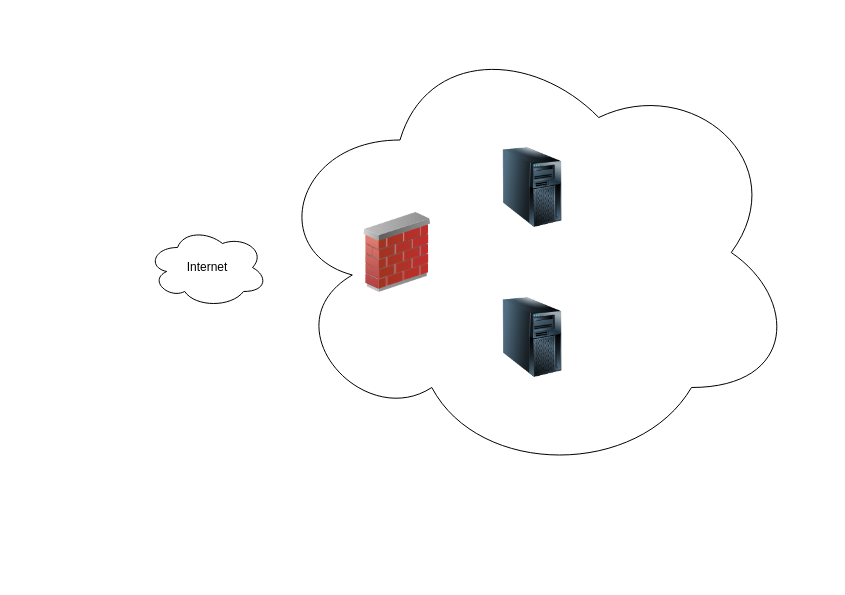
This is docs/diagrama_infraestructuras.drawio from juanpablozs/TFG, a draw.io file, before an edit. Source tidied: cells renumbered, new cells numbered last; positions are measured from the earlier drawing's top-left corner, leaving out a move shared by most shapes. Both pictures are drawn from the tidied source at 100%, with x=0, y=0 at pixel (147, 27). Pictures stored in the file or linked from it are replaced by grey dashed boxes.
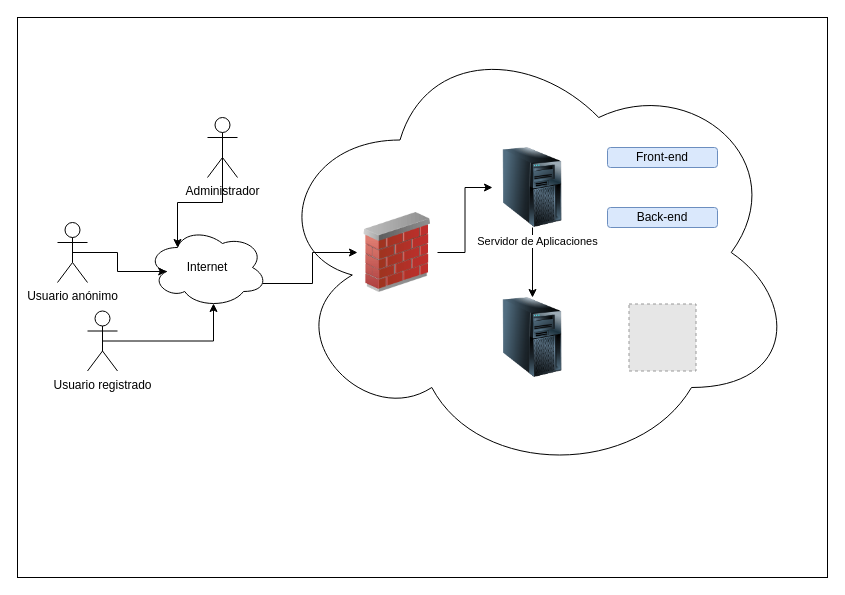
The same page after the edit.

Commit message:
Diagrama añadiddo

The change refers to these unchanged cells:
```xml
<mxCell id="2" value="Internet" style="ellipse;shape=cloud;whiteSpace=wrap;html=1;" parent="1" vertex="1">
  <mxGeometry y="200" width="120" height="80" as="geometry" />
</mxCell>
<mxCell id="4" style="image;html=1;image=img/lib/clip_art/networking/Firewall_02_128x128.png;" parent="1" vertex="1">
  <mxGeometry x="210" y="185" width="80" height="80" as="geometry" />
</mxCell>
<mxCell id="5" style="image;html=1;image=img/lib/clip_art/computers/Server_Tower_128x128.png;" parent="1" vertex="1">
  <mxGeometry x="345" y="120" width="80" height="80" as="geometry" />
</mxCell>
<mxCell id="6" style="image;html=1;image=img/lib/clip_art/computers/Server_Tower_128x128.png;" parent="1" vertex="1">
  <mxGeometry x="345" y="270" width="80" height="80" as="geometry" />
</mxCell>
```

Diff of the diagram source:
```diff
@@
+    <mxCell id="7" style="rounded=0;whiteSpace=wrap;html=1;" parent="1" vertex="1">
+      <mxGeometry x="-130" y="-10" width="810" height="560" as="geometry" />
+    </mxCell>
@@
+    <mxCell id="8" style="edgeStyle=orthogonalEdgeStyle;rounded=0;jettySize=auto;html=1;" parent="1" edge="1" source="5" target="6">
+      <mxGeometry relative="1" as="geometry" />
+    </mxCell>
+    <mxCell id="9" value="Servidor de Aplicaciones" style="edgeLabel;html=1;align=center;verticalAlign=middle;" parent="8" vertex="1">
+      <mxGeometry x="-0.63" y="4" relative="1" as="geometry" />
+    </mxCell>
@@
+    <mxCell id="10" value="Front-end" style="rounded=1;whiteSpace=wrap;html=1;fillColor=#dae8fc;strokeColor=#6c8ebf;" parent="1" vertex="1">
+      <mxGeometry x="460" y="120" width="110" height="20" as="geometry" />
+    </mxCell>
+    <mxCell id="11" value="Back-end" style="rounded=1;whiteSpace=wrap;html=1;fillColor=#dae8fc;strokeColor=#6c8ebf;" parent="1" vertex="1">
+      <mxGeometry x="460" y="180" width="110" height="20" as="geometry" />
+    </mxCell>
+    <mxCell id="12" style="fillColor=#E6E6E6;strokeColor=#999999;dashed=1;html=1;verticalAlign=top;verticalLabelPosition=bottom;labelBackgroundColor=#ffffff;" parent="1" vertex="1">
+      <mxGeometry x="481.5" y="276.5" width="67" height="67" as="geometry" />
+    </mxCell>
+    <mxCell id="13" style="edgeStyle=orthogonalEdgeStyle;rounded=0;jettySize=auto;html=1;exitX=0.96;exitY=0.7;exitDx=0;exitDy=0;exitPerimeter=0;" parent="1" edge="1" source="2" target="4">
+      <mxGeometry relative="1" as="geometry" />
+    </mxCell>
+    <mxCell id="14" style="edgeStyle=orthogonalEdgeStyle;rounded=0;jettySize=auto;html=1;exitX=1;exitY=0.5;exitDx=0;exitDy=0;entryX=0;entryY=0.5;entryDx=0;entryDy=0;" parent="1" edge="1" source="4" target="5">
+      <mxGeometry relative="1" as="geometry" />
+    </mxCell>
+    <mxCell id="15" value="Usuario anónimo" style="shape=umlActor;verticalLabelPosition=bottom;verticalAlign=top;html=1;outlineConnect=0;" parent="1" vertex="1">
+      <mxGeometry x="-90" y="195" width="30" height="60" as="geometry" />
+    </mxCell>
+    <mxCell id="16" value="Usuario registrado" style="shape=umlActor;verticalLabelPosition=bottom;verticalAlign=top;html=1;outlineConnect=0;" parent="1" vertex="1">
+      <mxGeometry x="-60" y="283.5" width="30" height="60" as="geometry" />
+    </mxCell>
+    <mxCell id="17" style="edgeStyle=orthogonalEdgeStyle;rounded=0;jettySize=auto;html=1;exitX=0.5;exitY=0.5;exitDx=0;exitDy=0;exitPerimeter=0;entryX=0.25;entryY=0.25;entryDx=0;entryDy=0;entryPerimeter=0;" parent="1" edge="1" source="18" target="2">
+      <mxGeometry relative="1" as="geometry" />
+    </mxCell>
+    <mxCell id="18" value="Administrador" style="shape=umlActor;verticalLabelPosition=bottom;verticalAlign=top;html=1;outlineConnect=0;" parent="1" vertex="1">
+      <mxGeometry x="60" y="90" width="30" height="60" as="geometry" />
+    </mxCell>
+    <mxCell id="19" style="edgeStyle=orthogonalEdgeStyle;rounded=0;jettySize=auto;html=1;exitX=0.5;exitY=0.5;exitDx=0;exitDy=0;exitPerimeter=0;entryX=0.55;entryY=0.95;entryDx=0;entryDy=0;entryPerimeter=0;" parent="1" edge="1" source="16" target="2">
+      <mxGeometry relative="1" as="geometry" />
+    </mxCell>
+    <mxCell id="20" style="edgeStyle=orthogonalEdgeStyle;rounded=0;jettySize=auto;html=1;exitX=0.5;exitY=0.5;exitDx=0;exitDy=0;exitPerimeter=0;entryX=0.16;entryY=0.55;entryDx=0;entryDy=0;entryPerimeter=0;" parent="1" edge="1" source="15" target="2">
+      <mxGeometry relative="1" as="geometry" />
+    </mxCell>
```
